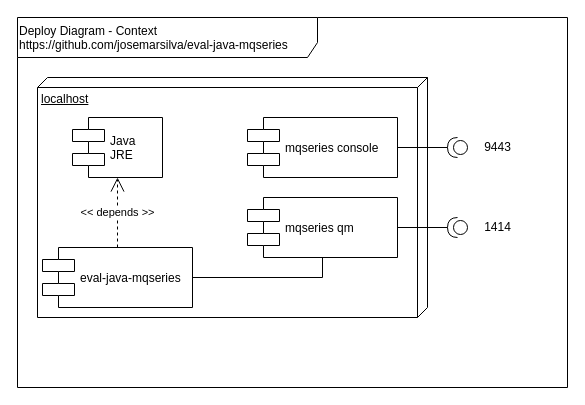
Above: doc/DeployDiagram-Context.drawio in josemarsilva/mqseries-api-cli (draw.io), before the change. Source tidied: cells renumbered, new cells numbered last; positions are measured from the earlier drawing's top-left corner, leaving out a move shared by most shapes. Both pictures are drawn from the tidied source at 100%, with x=0, y=0 at pixel (17, 17).
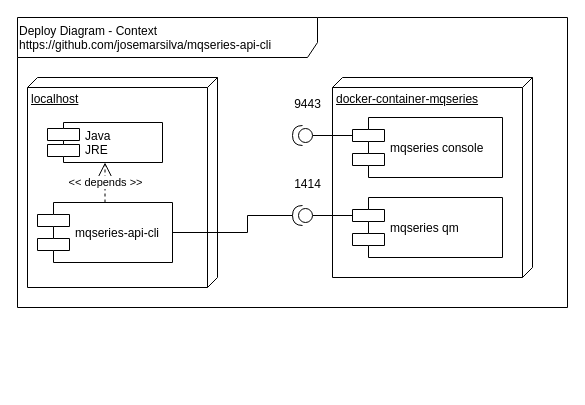
After the change.

Commit message (it also covers changes not shown here):
.doc DeployDiagram e UseCaseDiagram

Change to the diagram source:
```diff
@@
 <mxGraphModel>
   <root>
     <mxCell id="0" />
     <mxCell id="1" parent="0" />
+    <mxCell id="16" value="localhost" style="verticalAlign=top;align=left;spacingTop=8;spacingLeft=2;spacingRight=12;shape=cube;size=10;direction=south;fontStyle=4;html=1;" parent="1" vertex="1">
+      <mxGeometry x="10" y="60" width="190" height="210" as="geometry" />
+    </mxCell>
-    <mxCell id="2" value="Deploy Diagram - Context&lt;br&gt;https://github.com/josemarsilva/eval-java-mqseries&lt;br&gt;" style="shape=umlFrame;whiteSpace=wrap;html=1;width=300;height=40;verticalAlign=top;align=left;" parent="1" vertex="1">
-      <mxGeometry width="550" height="370" as="geometry" />
+    <mxCell id="2" value="Deploy Diagram - Context&lt;br&gt;https://github.com/josemarsilva/mqseries-api-cli" style="shape=umlFrame;whiteSpace=wrap;html=1;width=300;height=40;verticalAlign=top;align=left;" parent="1" vertex="1">
+      <mxGeometry width="550" height="290" as="geometry" />
     </mxCell>
-    <mxCell id="3" value="localhost" style="verticalAlign=top;align=left;spacingTop=8;spacingLeft=2;spacingRight=12;shape=cube;size=10;direction=south;fontStyle=4;html=1;" parent="1" vertex="1">
-      <mxGeometry x="20" y="60" width="390" height="240" as="geometry" />
+    <mxCell id="3" value="docker-container-mqseries" style="verticalAlign=top;align=left;spacingTop=8;spacingLeft=2;spacingRight=12;shape=cube;size=10;direction=south;fontStyle=4;html=1;" parent="1" vertex="1">
+      <mxGeometry x="315" y="60" width="200" height="200" as="geometry" />
     </mxCell>
     <mxCell id="4" value="Java&#10;JRE" style="shape=component;align=left;spacingLeft=36;" parent="1" vertex="1">
-      <mxGeometry x="55" y="100" width="90" height="60" as="geometry" />
+      <mxGeometry x="30" y="105" width="115" height="40" as="geometry" />
     </mxCell>
-    <mxCell id="5" style="edgeStyle=orthogonalEdgeStyle;rounded=0;jettySize=auto;html=1;entryX=0.5;entryY=1;entryDx=0;entryDy=0;endArrow=none;endFill=0;" parent="1" edge="1" source="6" target="9">
-      <mxGeometry relative="1" as="geometry" />
+    <mxCell id="5" style="edgeStyle=orthogonalEdgeStyle;rounded=0;jettySize=auto;html=1;entryX=1;entryY=0.5;entryDx=0;entryDy=0;endArrow=none;endFill=0;entryPerimeter=0;" parent="1" edge="1" source="6" target="13">
+      <mxGeometry relative="1" as="geometry">
+        <Array as="points">
+          <mxPoint x="230" y="215" />
+          <mxPoint x="230" y="198" />
+        </Array>
+      </mxGeometry>
     </mxCell>
-    <mxCell id="6" value="eval-java-mqseries" style="shape=component;align=left;spacingLeft=36;" parent="1" vertex="1">
-      <mxGeometry x="25" y="230" width="150" height="60" as="geometry" />
+    <mxCell id="6" value="mqseries-api-cli" style="shape=component;align=left;spacingLeft=36;" parent="1" vertex="1">
+      <mxGeometry x="20" y="185" width="135" height="60" as="geometry" />
     </mxCell>
     <mxCell id="7" value="&amp;lt;&amp;lt; depends &amp;gt;&amp;gt;" style="endArrow=open;endSize=12;dashed=1;html=1;exitX=0.5;exitY=0;exitDx=0;exitDy=0;" parent="1" edge="1" source="6" target="4">
       <mxGeometry relative="1" as="geometry" />
     </mxCell>
     <mxCell id="8" value="mqseries console" style="shape=component;align=left;spacingLeft=36;" parent="1" vertex="1">
-      <mxGeometry x="230" y="100" width="150" height="60" as="geometry" />
+      <mxGeometry x="335" y="100" width="150" height="60" as="geometry" />
     </mxCell>
     <mxCell id="9" value="mqseries qm" style="shape=component;align=left;spacingLeft=36;" parent="1" vertex="1">
-      <mxGeometry x="230" y="180" width="150" height="60" as="geometry" />
+      <mxGeometry x="335" y="180" width="150" height="60" as="geometry" />
     </mxCell>
-    <mxCell id="10" style="edgeStyle=orthogonalEdgeStyle;rounded=0;jettySize=auto;html=1;endArrow=none;endFill=0;" parent="1" edge="1" source="11" target="8">
+    <mxCell id="10" style="edgeStyle=orthogonalEdgeStyle;rounded=0;jettySize=auto;html=1;endArrow=none;endFill=0;entryX=0;entryY=0.3;entryDx=0;entryDy=0;" parent="1" edge="1" source="11" target="8">
       <mxGeometry relative="1" as="geometry" />
     </mxCell>
     <mxCell id="11" style="shape=providedRequiredInterface;html=1;verticalLabelPosition=bottom;rotation=-180;" parent="1" vertex="1">
-      <mxGeometry x="430" y="120" width="20" height="20" as="geometry" />
+      <mxGeometry x="275" y="108" width="20" height="20" as="geometry" />
     </mxCell>
-    <mxCell id="12" style="edgeStyle=orthogonalEdgeStyle;rounded=0;jettySize=auto;html=1;endArrow=none;endFill=0;entryX=1;entryY=0.5;entryDx=0;entryDy=0;" parent="1" edge="1" source="13" target="9">
+    <mxCell id="12" style="edgeStyle=orthogonalEdgeStyle;rounded=0;jettySize=auto;html=1;endArrow=none;endFill=0;entryX=0;entryY=0.3;entryDx=0;entryDy=0;" parent="1" edge="1" source="13" target="9">
       <mxGeometry relative="1" as="geometry" />
     </mxCell>
     <mxCell id="13" style="shape=providedRequiredInterface;html=1;verticalLabelPosition=bottom;rotation=-180;" parent="1" vertex="1">
-      <mxGeometry x="430" y="200" width="20" height="20" as="geometry" />
+      <mxGeometry x="275" y="188" width="20" height="20" as="geometry" />
     </mxCell>
     <mxCell id="14" value="1414" style="text;html=1;align=center;verticalAlign=middle;fillColor=none;strokeColor=none;rounded=0;" parent="1" vertex="1">
-      <mxGeometry x="460" y="200" width="40" height="20" as="geometry" />
+      <mxGeometry x="270" y="157" width="40" height="20" as="geometry" />
     </mxCell>
     <mxCell id="15" value="9443" style="text;html=1;align=center;verticalAlign=middle;fillColor=none;strokeColor=none;rounded=0;" parent="1" vertex="1">
-      <mxGeometry x="460" y="120" width="40" height="20" as="geometry" />
+      <mxGeometry x="270" y="77" width="40" height="20" as="geometry" />
     </mxCell>
   </root>
 </mxGraphModel>
```
